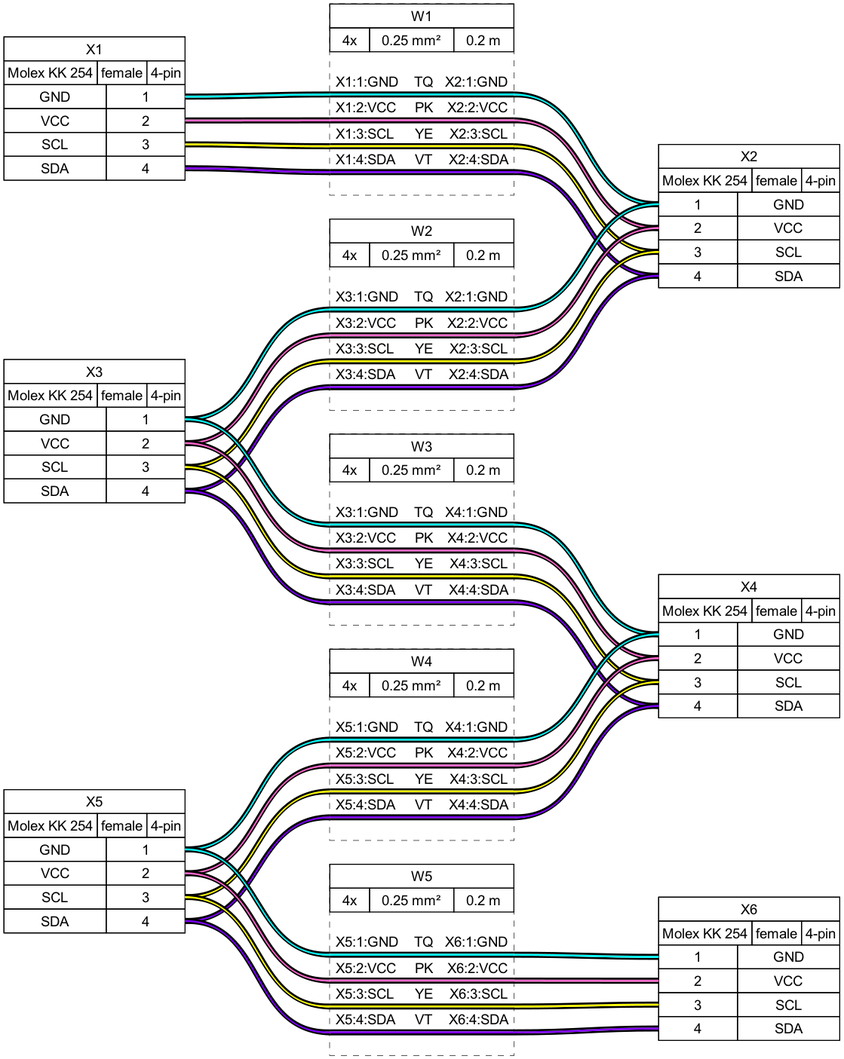
Earlier version of the Graphviz export tutorial/tutorial07.png (tobiasfalk/WireViz). Its source is kept beside it as tutorial/tutorial07.gv.
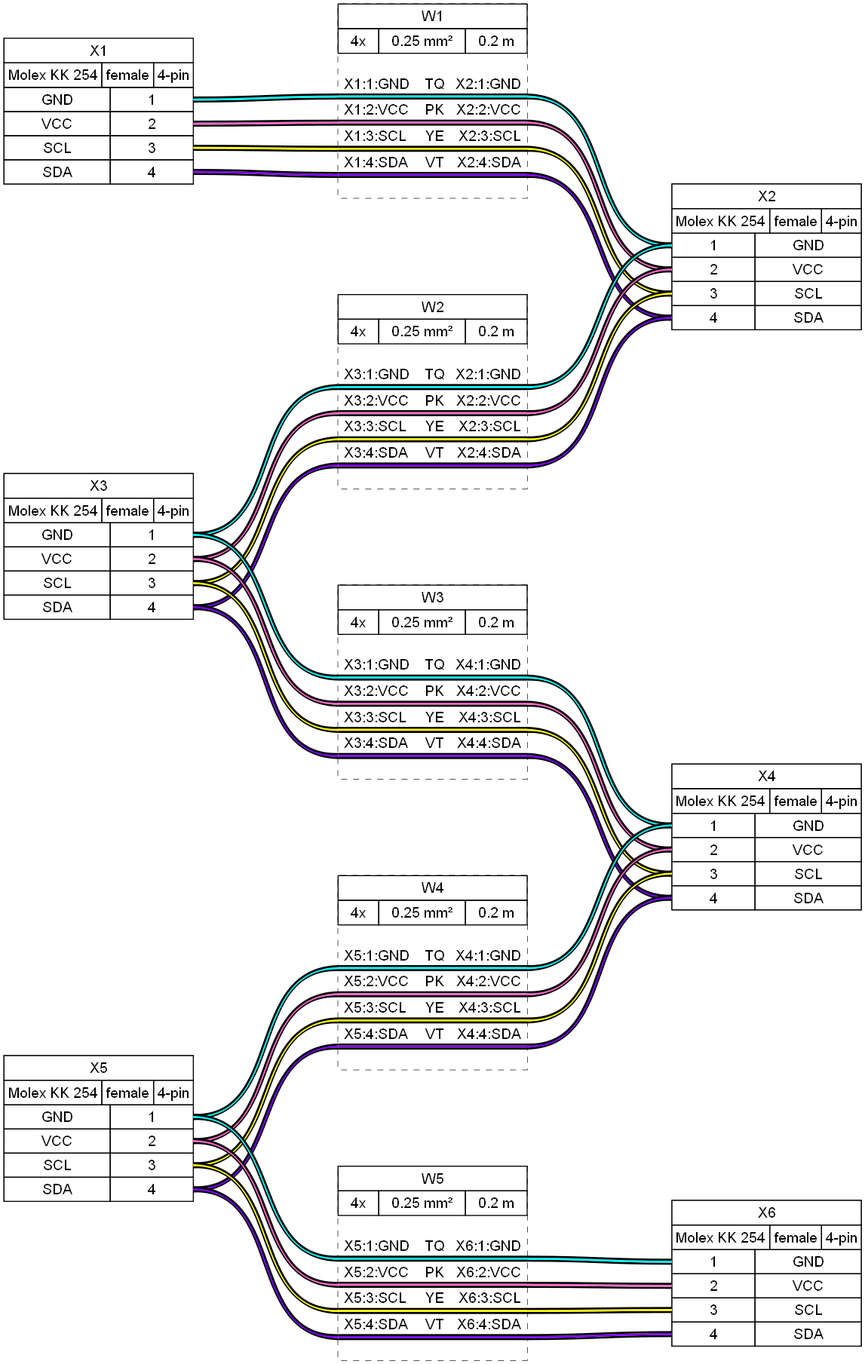
The same file after the commit.

What changed in the source:
```diff
@@ -315,19 +315,7 @@
      <td align="right">X2:1:GND </td>
     </tr>
     <tr>
-     <td border="0" cellspacing="0" cellpadding="0" colspan="6" height="6" port="w1">
-      <table border="0" cellborder="0" cellspacing="0">
-       <tr>
-        <td bgcolor="#000000" border="0" cellpadding="0" colspan="6" height="2"></td>
-       </tr>
-       <tr>
-        <td bgcolor="#00FFFF" border="0" cellpadding="0" colspan="6" height="2"></td>
-       </tr>
-       <tr>
-        <td bgcolor="#000000" border="0" cellpadding="0" colspan="6" height="2"></td>
-       </tr>
-      </table>
-     </td>
+     <td border="0" cellspacing="0" cellpadding="0" colspan="6" height="6" port="w1"></td>
     </tr>
     <tr>
      <td align="left"> X1:2:VCC</td>
@@ -338,19 +326,7 @@
      <td align="right">X2:2:VCC </td>
     </tr>
     <tr>
-     <td border="0" cellspacing="0" cellpadding="0" colspan="6" height="6" port="w2">
-      <table border="0" cellborder="0" cellspacing="0">
-       <tr>
-        <td bgcolor="#000000" border="0" cellpadding="0" colspan="6" height="2"></td>
-       </tr>
-       <tr>
-        <td bgcolor="#FF66CC" border="0" cellpadding="0" colspan="6" height="2"></td>
-       </tr>
-       <tr>
-        <td bgcolor="#000000" border="0" cellpadding="0" colspan="6" height="2"></td>
-       </tr>
-      </table>
-     </td>
+     <td border="0" cellspacing="0" cellpadding="0" colspan="6" height="6" port="w2"></td>
     </tr>
     <tr>
      <td align="left"> X1:3:SCL</td>
@@ -361,19 +337,7 @@
      <td align="right">X2:3:SCL </td>
     </tr>
     <tr>
-     <td border="0" cellspacing="0" cellpadding="0" colspan="6" height="6" port="w3">
-      <table border="0" cellborder="0" cellspacing="0">
-       <tr>
-        <td bgcolor="#000000" border="0" cellpadding="0" colspan="6" height="2"></td>
-       </tr>
-       <tr>
-        <td bgcolor="#FFFF00" border="0" cellpadding="0" colspan="6" height="2"></td>
-       </tr>
-       <tr>
-        <td bgcolor="#000000" border="0" cellpadding="0" colspan="6" height="2"></td>
-       </tr>
-      </table>
-     </td>
+     <td border="0" cellspacing="0" cellpadding="0" colspan="6" height="6" port="w3"></td>
     </tr>
     <tr>
      <td align="left"> X1:4:SDA</td>
@@ -384,19 +348,7 @@
      <td align="right">X2:4:SDA </td>
     </tr>
     <tr>
-     <td border="0" cellspacing="0" cellpadding="0" colspan="6" height="6" port="w4">
-      <table border="0" cellborder="0" cellspacing="0">
-       <tr>
-        <td bgcolor="#000000" border="0" cellpadding="0" colspan="6" height="2"></td>
-       </tr>
-       <tr>
-        <td bgcolor="#8000FF" border="0" cellpadding="0" colspan="6" height="2"></td>
-       </tr>
-       <tr>
-        <td bgcolor="#000000" border="0" cellpadding="0" colspan="6" height="2"></td>
-       </tr>
-      </table>
-     </td>
+     <td border="0" cellspacing="0" cellpadding="0" colspan="6" height="6" port="w4"></td>
     </tr>
     <tr>
      <td>&nbsp;</td>
@@ -418,6 +370,10 @@
 	edge [color="#000000:#8000FF:#000000"]
 	X1:p4r:e -- W1:w4:w
 	W1:w4:e -- X2:p4l:w
+	W1:w1:e -- W1:w1:w [color="#000000:#00FFFF:#000000" straight=straight]
+	W1:w2:e -- W1:w2:w [color="#000000:#FF66CC:#000000" straight=straight]
+	W1:w3:e -- W1:w3:w [color="#000000:#FFFF00:#000000" straight=straight]
+	W1:w4:e -- W1:w4:w [color="#000000:#8000FF:#000000" straight=straight]
 	W2 [label=<
 <table border="0" cellspacing="0" cellpadding="0" bgcolor="#FFFFFF">
  <tr>
@@ -455,19 +411,7 @@
      <td align="right">X2:1:GND </td>
     </tr>
     <tr>
-     <td border="0" cellspacing="0" cellpadding="0" colspan="6" height="6" port="w1">
-      <table border="0" cellborder="0" cellspacing="0">
-       <tr>
-        <td bgcolor="#000000" border="0" cellpadding="0" colspan="6" height="2"></td>
-       </tr>
-       <tr>
-        <td bgcolor="#00FFFF" border="0" cellpadding="0" colspan="6" height="2"></td>
-       </tr>
-       <tr>
-        <td bgcolor="#000000" border="0" cellpadding="0" colspan="6" height="2"></td>
-       </tr>
-      </table>
-     </td>
+     <td border="0" cellspacing="0" cellpadding="0" colspan="6" height="6" port="w1"></td>
     </tr>
     <tr>
      <td align="left"> X3:2:VCC</td>
@@ -478,19 +422,7 @@
      <td align="right">X2:2:VCC </td>
     </tr>
     <tr>
-     <td border="0" cellspacing="0" cellpadding="0" colspan="6" height="6" port="w2">
-      <table border="0" cellborder="0" cellspacing="0">
-       <tr>
-        <td bgcolor="#000000" border="0" cellpadding="0" colspan="6" height="2"></td>
-       </tr>
-       <tr>
-        <td bgcolor="#FF66CC" border="0" cellpadding="0" colspan="6" height="2"></td>
-       </tr>
-       <tr>
-        <td bgcolor="#000000" border="0" cellpadding="0" colspan="6" height="2"></td>
-       </tr>
-      </table>
-     </td>
+     <td border="0" cellspacing="0" cellpadding="0" colspan="6" height="6" port="w2"></td>
     </tr>
     <tr>
      <td align="left"> X3:3:SCL</td>
@@ -501,19 +433,7 @@
      <td align="right">X2:3:SCL </td>
     </tr>
     <tr>
-     <td border="0" cellspacing="0" cellpadding="0" colspan="6" height="6" port="w3">
-      <table border="0" cellborder="0" cellspacing="0">
-       <tr>
-        <td bgcolor="#000000" border="0" cellpadding="0" colspan="6" height="2"></td>
-       </tr>
-       <tr>
-        <td bgcolor="#FFFF00" border="0" cellpadding="0" colspan="6" height="2"></td>
-       </tr>
-       <tr>
-        <td bgcolor="#000000" border="0" cellpadding="0" colspan="6" height="2"></td>
-       </tr>
-      </table>
-     </td>
+     <td border="0" cellspacing="0" cellpadding="0" colspan="6" height="6" port="w3"></td>
     </tr>
     <tr>
      <td align="left"> X3:4:SDA</td>
@@ -524,19 +444,7 @@
      <td align="right">X2:4:SDA </td>
     </tr>
     <tr>
-     <td border="0" cellspacing="0" cellpadding="0" colspan="6" height="6" port="w4">
-      <table border="0" cellborder="0" cellspacing="0">
-       <tr>
-        <td bgcolor="#000000" border="0" cellpadding="0" colspan="6" height="2"></td>
-       </tr>
-       <tr>
-        <td bgcolor="#8000FF" border="0" cellpadding="0" colspan="6" height="2"></td>
-       </tr>
-       <tr>
-        <td bgcolor="#000000" border="0" cellpadding="0" colspan="6" height="2"></td>
-       </tr>
-      </table>
-     </td>
+     <td border="0" cellspacing="0" cellpadding="0" colspan="6" height="6" port="w4"></td>
     </tr>
     <tr>
      <td>&nbsp;</td>
@@ -558,6 +466,10 @@
 	edge [color="#000000:#8000FF:#000000"]
 	X3:p4r:e -- W2:w4:w
 	W2:w4:e -- X2:p4l:w
+	W2:w1:e -- W2:w1:w [color="#000000:#00FFFF:#000000" straight=straight]
+	W2:w2:e -- W2:w2:w [color="#000000:#FF66CC:#000000" straight=straight]
+	W2:w3:e -- W2:w3:w [color="#000000:#FFFF00:#000000" straight=straight]
+	W2:w4:e -- W2:w4:w [color="#000000:#8000FF:#000000" straight=straight]
 	W3 [label=<
 <table border="0" cellspacing="0" cellpadding="0" bgcolor="#FFFFFF">
  <tr>
@@ -595,19 +507,7 @@
      <td align="right">X4:1:GND </td>
     </tr>
     <tr>
-     <td border="0" cellspacing="0" cellpadding="0" colspan="6" height="6" port="w1">
-      <table border="0" cellborder="0" cellspacing="0">
-       <tr>
-        <td bgcolor="#000000" border="0" cellpadding="0" colspan="6" height="2"></td>
-       </tr>
-       <tr>
-        <td bgcolor="#00FFFF" border="0" cellpadding="0" colspan="6" height="2"></td>
-       </tr>
-       <tr>
-        <td bgcolor="#000000" border="0" cellpadding="0" colspan="6" height="2"></td>
-       </tr>
-      </table>
-     </td>
+     <td border="0" cellspacing="0" cellpadding="0" colspan="6" height="6" port="w1"></td>
     </tr>
     <tr>
      <td align="left"> X3:2:VCC</td>
@@ -618,19 +518,7 @@
      <td align="right">X4:2:VCC </td>
     </tr>
     <tr>
-     <td border="0" cellspacing="0" cellpadding="0" colspan="6" height="6" port="w2">
-      <table border="0" cellborder="0" cellspacing="0">
-       <tr>
-        <td bgcolor="#000000" border="0" cellpadding="0" colspan="6" height="2"></td>
-       </tr>
-       <tr>
-        <td bgcolor="#FF66CC" border="0" cellpadding="0" colspan="6" height="2"></td>
-       </tr>
-       <tr>
-        <td bgcolor="#000000" border="0" cellpadding="0" colspan="6" height="2"></td>
-       </tr>
-      </table>
-     </td>
+     <td border="0" cellspacing="0" cellpadding="0" colspan="6" height="6" port="w2"></td>
     </tr>
     <tr>
      <td align="left"> X3:3:SCL</td>
@@ -641,19 +529,7 @@
      <td align="right">X4:3:SCL </td>
     </tr>
     <tr>
-     <td border="0" cellspacing="0" cellpadding="0" colspan="6" height="6" port="w3">
-      <table border="0" cellborder="0" cellspacing="0">
-       <tr>
-        <td bgcolor="#000000" border="0" cellpadding="0" colspan="6" height="2"></td>
-       </tr>
-       <tr>
-        <td bgcolor="#FFFF00" border="0" cellpadding="0" colspan="6" height="2"></td>
-       </tr>
-       <tr>
-        <td bgcolor="#000000" border="0" cellpadding="0" colspan="6" height="2"></td>
-       </tr>
-      </table>
-     </td>
+     <td border="0" cellspacing="0" cellpadding="0" colspan="6" height="6" port="w3"></td>
     </tr>
     <tr>
      <td align="left"> X3:4:SDA</td>
@@ -664,19 +540,7 @@
      <td align="right">X4:4:SDA </td>
     </tr>
     <tr>
-     <td border="0" cellspacing="0" cellpadding="0" colspan="6" height="6" port="w4">
-      <table border="0" cellborder="0" cellspacing="0">
-       <tr>
-        <td bgcolor="#000000" border="0" cellpadding="0" colspan="6" height="2"></td>
-       </tr>
-       <tr>
-        <td bgcolor="#8000FF" border="0" cellpadding="0" colspan="6" height="2"></td>
-       </tr>
-       <tr>
-        <td bgcolor="#000000" border="0" cellpadding="0" colspan="6" height="2"></td>
-       </tr>
-      </table>
-     </td>
+     <td border="0" cellspacing="0" cellpadding="0" colspan="6" height="6" port="w4"></td>
     </tr>
     <tr>
      <td>&nbsp;</td>
@@ -698,6 +562,10 @@
 	edge [color="#000000:#8000FF:#000000"]
 	X3:p4r:e -- W3:w4:w
 	W3:w4:e -- X4:p4l:w
+	W3:w1:e -- W3:w1:w [color="#000000:#00FFFF:#000000" straight=straight]
+	W3:w2:e -- W3:w2:w [color="#000000:#FF66CC:#000000" straight=straight]
+	W3:w3:e -- W3:w3:w [color="#000000:#FFFF00:#000000" straight=straight]
+	W3:w4:e -- W3:w4:w [color="#000000:#8000FF:#000000" straight=straight]
 	W4 [label=<
 <table border="0" cellspacing="0" cellpadding="0" bgcolor="#FFFFFF">
  <tr>
@@ -735,19 +603,7 @@
      <td align="right">X4:1:GND </td>
     </tr>
     <tr>
-     <td border="0" cellspacing="0" cellpadding="0" colspan="6" height="6" port="w1">
-      <table border="0" cellborder="0" cellspacing="0">
-       <tr>
-        <td bgcolor="#000000" border="0" cellpadding="0" colspan="6" height="2"></td>
-       </tr>
-       <tr>
-        <td bgcolor="#00FFFF" border="0" cellpadding="0" colspan="6" height="2"></td>
-       </tr>
-       <tr>
-        <td bgcolor="#000000" border="0" cellpadding="0" colspan="6" height="2"></td>
-       </tr>
-      </table>
-     </td>
+     <td border="0" cellspacing="0" cellpadding="0" colspan="6" height="6" port="w1"></td>
     </tr>
     <tr>
      <td align="left"> X5:2:VCC</td>
@@ -758,19 +614,7 @@
      <td align="right">X4:2:VCC </td>
     </tr>
     <tr>
-     <td border="0" cellspacing="0" cellpadding="0" colspan="6" height="6" port="w2">
-      <table border="0" cellborder="0" cellspacing="0">
-       <tr>
-        <td bgcolor="#000000" border="0" cellpadding="0" colspan="6" height="2"></td>
-       </tr>
-       <tr>
-        <td bgcolor="#FF66CC" border="0" cellpadding="0" colspan="6" height="2"></td>
-       </tr>
-       <tr>
-        <td bgcolor="#000000" border="0" cellpadding="0" colspan="6" height="2"></td>
-       </tr>
-      </table>
-     </td>
+     <td border="0" cellspacing="0" cellpadding="0" colspan="6" height="6" port="w2"></td>
     </tr>
     <tr>
      <td align="left"> X5:3:SCL</td>
@@ -781,19 +625,7 @@
      <td align="right">X4:3:SCL </td>
     </tr>
     <tr>
-     <td border="0" cellspacing="0" cellpadding="0" colspan="6" height="6" port="w3">
-      <table border="0" cellborder="0" cellspacing="0">
-       <tr>
-        <td bgcolor="#000000" border="0" cellpadding="0" colspan="6" height="2"></td>
-       </tr>
-       <tr>
-        <td bgcolor="#FFFF00" border="0" cellpadding="0" colspan="6" height="2"></td>
-       </tr>
-       <tr>
-        <td bgcolor="#000000" border="0" cellpadding="0" colspan="6" height="2"></td>
-       </tr>
-      </table>
-     </td>
+     <td border="0" cellspacing="0" cellpadding="0" colspan="6" height="6" port="w3"></td>
     </tr>
     <tr>
      <td align="left"> X5:4:SDA</td>
@@ -804,19 +636,7 @@
      <td align="right">X4:4:SDA </td>
     </tr>
     <tr>
-     <td border="0" cellspacing="0" cellpadding="0" colspan="6" height="6" port="w4">
-      <table border="0" cellborder="0" cellspacing="0">
-       <tr>
-        <td bgcolor="#000000" border="0" cellpadding="0" colspan="6" height="2"></td>
-       </tr>
-       <tr>
-        <td bgcolor="#8000FF" border="0" cellpadding="0" colspan="6" height="2"></td>
-       </tr>
-       <tr>
-        <td bgcolor="#000000" border="0" cellpadding="0" colspan="6" height="2"></td>
-       </tr>
-      </table>
-     </td>
+     <td border="0" cellspacing="0" cellpadding="0" colspan="6" height="6" port="w4"></td>
     </tr>
     <tr>
      <td>&nbsp;</td>
@@ -838,6 +658,10 @@
 	edge [color="#000000:#8000FF:#000000"]
 	X5:p4r:e -- W4:w4:w
 	W4:w4:e -- X4:p4l:w
+	W4:w1:e -- W4:w1:w [color="#000000:#00FFFF:#000000" straight=straight]
+	W4:w2:e -- W4:w2:w [color="#000000:#FF66CC:#000000" straight=straight]
+	W4:w3:e -- W4:w3:w [color="#000000:#FFFF00:#000000" straight=straight]
+	W4:w4:e -- W4:w4:w [color="#000000:#8000FF:#000000" straight=straight]
 	W5 [label=<
 <table border="0" cellspacing="0" cellpadding="0" bgcolor="#FFFFFF">
  <tr>
@@ -875,19 +699,7 @@
      <td align="right">X6:1:GND </td>
     </tr>
     <tr>
-     <td border="0" cellspacing="0" cellpadding="0" colspan="6" height="6" port="w1">
-      <table border="0" cellborder="0" cellspacing="0">
-       <tr>
-        <td bgcolor="#000000" border="0" cellpadding="0" colspan="6" height="2"></td>
-       </tr>
-       <tr>
-        <td bgcolor="#00FFFF" border="0" cellpadding="0" colspan="6" height="2"></td>
-       </tr>
-       <tr>
-        <td bgcolor="#000000" border="0" cellpadding="0" colspan="6" height="2"></td>
-       </tr>
-      </table>
-     </td>
+     <td border="0" cellspacing="0" cellpadding="0" colspan="6" height="6" port="w1"></td>
     </tr>
     <tr>
      <td align="left"> X5:2:VCC</td>
@@ -898,19 +710,7 @@
      <td align="right">X6:2:VCC </td>
     </tr>
     <tr>
-     <td border="0" cellspacing="0" cellpadding="0" colspan="6" height="6" port="w2">
-      <table border="0" cellborder="0" cellspacing="0">
-       <tr>
-        <td bgcolor="#000000" border="0" cellpadding="0" colspan="6" height="2"></td>
-       </tr>
-       <tr>
-        <td bgcolor="#FF66CC" border="0" cellpadding="0" colspan="6" height="2"></td>
-       </tr>
-       <tr>
-        <td bgcolor="#000000" border="0" cellpadding="0" colspan="6" height="2"></td>
-       </tr>
-      </table>
-     </td>
+     <td border="0" cellspacing="0" cellpadding="0" colspan="6" height="6" port="w2"></td>
     </tr>
     <tr>
      <td align="left"> X5:3:SCL</td>
@@ -921,19 +721,7 @@
      <td align="right">X6:3:SCL </td>
     </tr>
     <tr>
-     <td border="0" cellspacing="0" cellpadding="0" colspan="6" height="6" port="w3">
-      <table border="0" cellborder="0" cellspacing="0">
-       <tr>
-        <td bgcolor="#000000" border="0" cellpadding="0" colspan="6" height="2"></td>
-       </tr>
-       <tr>
-        <td bgcolor="#FFFF00" border="0" cellpadding="0" colspan="6" height="2"></td>
-       </tr>
-       <tr>
-        <td bgcolor="#000000" border="0" cellpadding="0" colspan="6" height="2"></td>
-       </tr>
-      </table>
-     </td>
+     <td border="0" cellspacing="0" cellpadding="0" colspan="6" height="6" port="w3"></td>
     </tr>
     <tr>
      <td align="left"> X5:4:SDA</td>
@@ -944,19 +732,7 @@
      <td align="right">X6:4:SDA </td>
     </tr>
     <tr>
-     <td border="0" cellspacing="0" cellpadding="0" colspan="6" height="6" port="w4">
-      <table border="0" cellborder="0" cellspacing="0">
-       <tr>
-        <td bgcolor="#000000" border="0" cellpadding="0" colspan="6" height="2"></td>
-       </tr>
-       <tr>
-        <td bgcolor="#8000FF" border="0" cellpadding="0" colspan="6" height="2"></td>
-       </tr>
-       <tr>
-        <td bgcolor="#000000" border="0" cellpadding="0" colspan="6" height="2"></td>
-       </tr>
-      </table>
-     </td>
+     <td border="0" cellspacing="0" cellpadding="0" colspan="6" height="6" port="w4"></td>
     </tr>
     <tr>
      <td>&nbsp;</td>
@@ -978,4 +754,8 @@
 	edge [color="#000000:#8000FF:#000000"]
 	X5:p4r:e -- W5:w4:w
 	W5:w4:e -- X6:p4l:w
+	W5:w1:e -- W5:w1:w [color="#000000:#00FFFF:#000000" straight=straight]
+	W5:w2:e -- W5:w2:w [color="#000000:#FF66CC:#000000" straight=straight]
+	W5:w3:e -- W5:w3:w [color="#000000:#FFFF00:#000000" straight=straight]
+	W5:w4:e -- W5:w4:w [color="#000000:#8000FF:#000000" straight=straight]
 }
```
